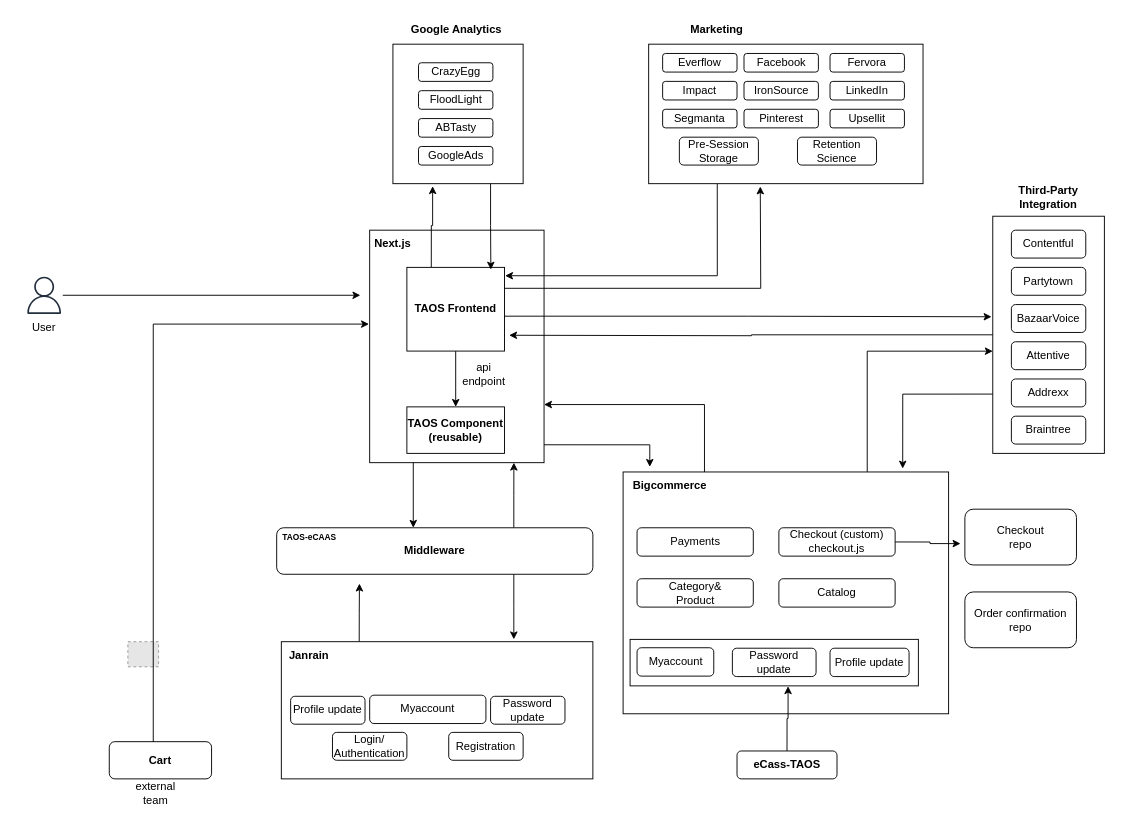
akanksha-61087268/drawio keeps this draw.io diagram as page "TAOS-Existing v2" (2 of 3) of TAOS/TAOS-Existing.drawio. Above is the earlier version. Source tidied: cells renumbered, new cells numbered last; positions are measured from the earlier drawing's top-left corner, leaving out a move shared by most shapes. Both pictures are drawn from the tidied source at 93%, with x=0, y=0 at pixel (16, 16). Pictures stored in the file or linked from it are replaced by grey dashed boxes.
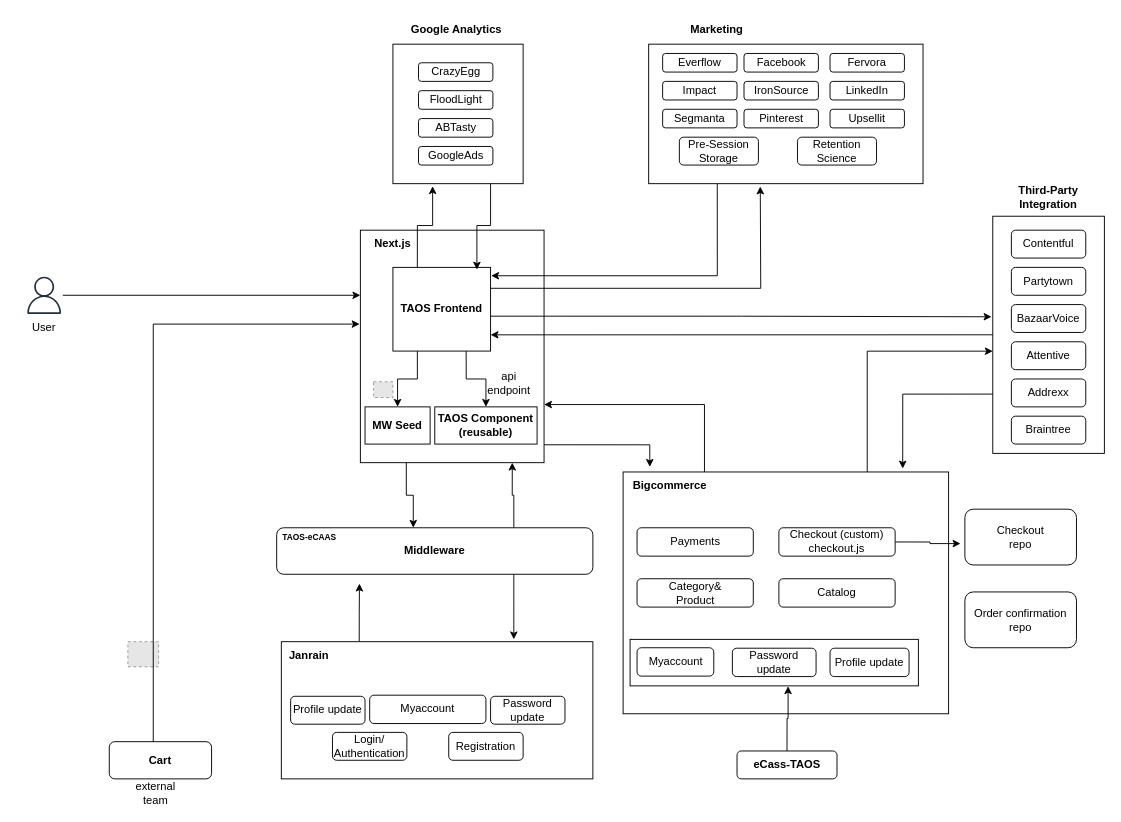
The same diagram, later.

Unchanged cells that the change refers to:
```xml
<mxCell id="8" style="rounded=0;whiteSpace=wrap;html=1;" parent="1" vertex="1">
  <mxGeometry x="1050" y="215" width="120" height="255" as="geometry" />
</mxCell>
```

The edit, as a diff of the source:
```diff
@@
     <mxCell id="2" style="rounded=0;whiteSpace=wrap;html=1;" parent="1" vertex="1">
-      <mxGeometry x="380" y="230" width="187.5" height="250" as="geometry" />
+      <mxGeometry x="370" y="230" width="197.5" height="250" as="geometry" />
     </mxCell>
@@
+    <mxCell id="80" style="edgeStyle=orthogonalEdgeStyle;rounded=0;jettySize=auto;html=1;exitX=0.25;exitY=1;exitDx=0;exitDy=0;entryX=0.5;entryY=0;entryDx=0;entryDy=0;" parent="1" edge="1" source="34" target="81">
+      <mxGeometry relative="1" as="geometry" />
+    </mxCell>
-    <mxCell id="33" style="edgeStyle=orthogonalEdgeStyle;rounded=0;jettySize=auto;html=1;exitX=0.5;exitY=1;exitDx=0;exitDy=0;entryX=0.5;entryY=0;entryDx=0;entryDy=0;" parent="1" edge="1" source="34" target="35">
+    <mxCell id="33" style="edgeStyle=orthogonalEdgeStyle;rounded=0;jettySize=auto;html=1;exitX=0.75;exitY=1;exitDx=0;exitDy=0;" parent="1" edge="1" source="34" target="35">
       <mxGeometry relative="1" as="geometry" />
     </mxCell>
     <mxCell id="34" value="&lt;b&gt;TAOS Frontend&lt;/b&gt;" style="rounded=0;whiteSpace=wrap;html=1;" parent="1" vertex="1">
-      <mxGeometry x="420" y="270" width="105" height="90" as="geometry" />
+      <mxGeometry x="405" y="270" width="105" height="90" as="geometry" />
     </mxCell>
     <mxCell id="35" value="&lt;b&gt;TAOS Component&lt;br&gt;(reusable)&lt;/b&gt;" style="rounded=0;whiteSpace=wrap;html=1;" parent="1" vertex="1">
-      <mxGeometry x="420" y="420" width="105" height="50" as="geometry" />
+      <mxGeometry x="450" y="420" width="110" height="40" as="geometry" />
     </mxCell>
@@
-    <mxCell id="54" style="edgeStyle=orthogonalEdgeStyle;rounded=0;jettySize=auto;html=1;exitX=0;exitY=0.5;exitDx=0;exitDy=0;" parent="1" edge="1" source="8">
-      <mxGeometry relative="1" as="geometry">
-        <mxPoint x="530" y="343" as="targetPoint" />
-      </mxGeometry>
+    <mxCell id="54" style="edgeStyle=orthogonalEdgeStyle;rounded=0;jettySize=auto;html=1;exitX=0;exitY=0.5;exitDx=0;exitDy=0;entryX=1;entryY=0.806;entryDx=0;entryDy=0;entryPerimeter=0;" parent="1" edge="1" source="8" target="34">
+      <mxGeometry relative="1" as="geometry" />
     </mxCell>
@@
     <mxCell id="79" value="api endpoint" style="text;html=1;align=center;verticalAlign=middle;whiteSpace=wrap;rounded=0;" parent="1" vertex="1">
-      <mxGeometry x="472.5" y="370" width="60" height="30" as="geometry" />
+      <mxGeometry x="500" y="380" width="60" height="30" as="geometry" />
     </mxCell>
+    <mxCell id="81" value="&lt;b&gt;MW Seed&lt;/b&gt;" style="rounded=0;whiteSpace=wrap;html=1;" parent="1" vertex="1">
+      <mxGeometry x="375" y="420" width="70" height="40" as="geometry" />
+    </mxCell>
+    <mxCell id="82" style="fillColor=#E6E6E6;strokeColor=#999999;dashed=1;verticalLabelPosition=bottom;labelBackgroundColor=default;verticalAlign=top;" parent="1" vertex="1">
+      <mxGeometry x="384.2" y="393" width="20.8" height="17" as="geometry" />
+    </mxCell>
```
